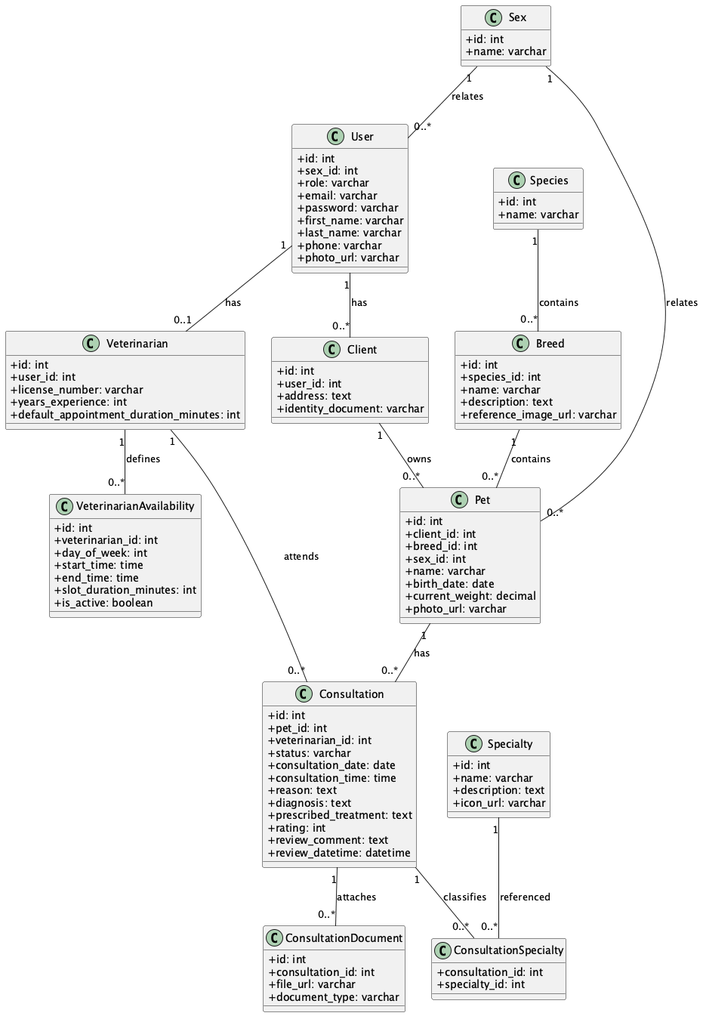
The PlantUML diagram Docs/diagrams/class_diagram.png in W1llpr0/prograMovil, before a commit.
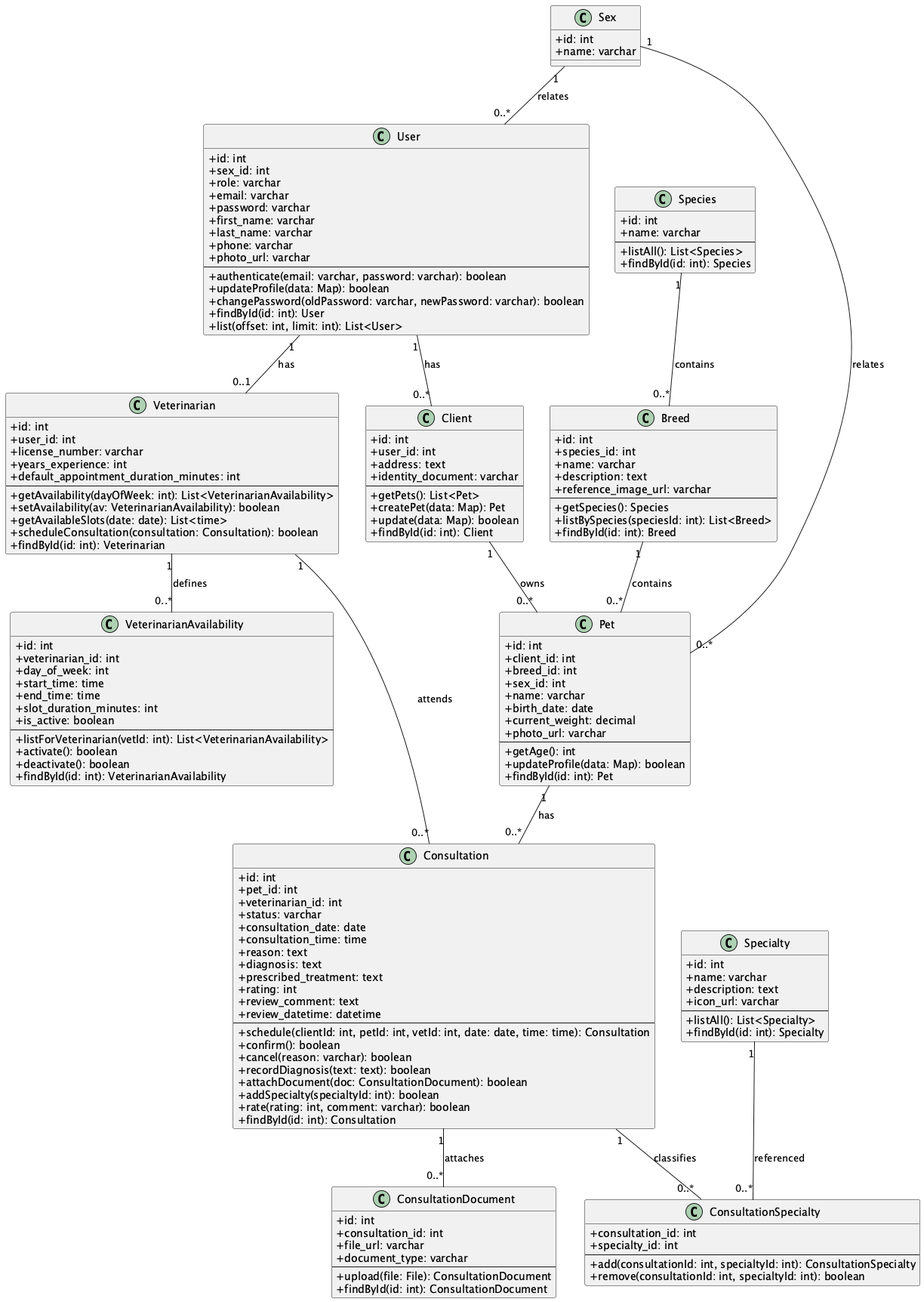
The same diagram one commit later.

Commit message:
Add methods to class diagram

Change to the diagram source:
```diff
@@ -5,6 +5,7 @@
   +id: int
   +name: varchar
 }
+
 
 class User {
   +id: int
@@ -16,6 +17,12 @@
   +last_name: varchar
   +phone: varchar
   +photo_url: varchar
+  --
+  +authenticate(email: varchar, password: varchar): boolean
+  +updateProfile(data: Map): boolean
+  +changePassword(oldPassword: varchar, newPassword: varchar): boolean
+  +findById(id: int): User
+  +list(offset: int, limit: int): List<User>
 }
 
 class Client {
@@ -23,6 +30,11 @@
   +user_id: int
   +address: text
   +identity_document: varchar
+  --
+  +getPets(): List<Pet>
+  +createPet(data: Map): Pet
+  +update(data: Map): boolean
+  +findById(id: int): Client
 }
 
 class Veterinarian {
@@ -31,11 +43,20 @@
   +license_number: varchar
   +years_experience: int
   +default_appointment_duration_minutes: int
+  --
+  +getAvailability(dayOfWeek: int): List<VeterinarianAvailability>
+  +setAvailability(av: VeterinarianAvailability): boolean
+  +getAvailableSlots(date: date): List<time>
+  +scheduleConsultation(consultation: Consultation): boolean
+  +findById(id: int): Veterinarian
 }
 
 class Species {
   +id: int
   +name: varchar
+  --
+  +listAll(): List<Species>
+  +findById(id: int): Species
 }
 
 class Breed {
@@ -44,6 +65,10 @@
   +name: varchar
   +description: text
   +reference_image_url: varchar
+  --
+  +getSpecies(): Species
+  +listBySpecies(speciesId: int): List<Breed>
+  +findById(id: int): Breed
 }
 
 class Pet {
@@ -55,6 +80,10 @@
   +birth_date: date
   +current_weight: decimal
   +photo_url: varchar
+  --
+  +getAge(): int
+  +updateProfile(data: Map): boolean
+  +findById(id: int): Pet
 }
 
 class Specialty {
@@ -62,6 +91,9 @@
   +name: varchar
   +description: text
   +icon_url: varchar
+  --
+  +listAll(): List<Specialty>
+  +findById(id: int): Specialty
 }
 
 class Consultation {
@@ -77,6 +109,15 @@
   +rating: int
   +review_comment: text
   +review_datetime: datetime
+  --
+  +schedule(clientId: int, petId: int, vetId: int, date: date, time: time): Consultation
+  +confirm(): boolean
+  +cancel(reason: varchar): boolean
+  +recordDiagnosis(text: text): boolean
+  +attachDocument(doc: ConsultationDocument): boolean
+  +addSpecialty(specialtyId: int): boolean
+  +rate(rating: int, comment: varchar): boolean
+  +findById(id: int): Consultation
 }
 
 class ConsultationDocument {
@@ -84,11 +125,17 @@
   +consultation_id: int
   +file_url: varchar
   +document_type: varchar
+  --
+  +upload(file: File): ConsultationDocument
+  +findById(id: int): ConsultationDocument
 }
 
 class ConsultationSpecialty {
   +consultation_id: int
   +specialty_id: int
+  --
+  +add(consultationId: int, specialtyId: int): ConsultationSpecialty
+  +remove(consultationId: int, specialtyId: int): boolean
 }
 
 class VeterinarianAvailability {
@@ -99,6 +146,11 @@
   +end_time: time
   +slot_duration_minutes: int
   +is_active: boolean
+  --
+  +listForVeterinarian(vetId: int): List<VeterinarianAvailability>
+  +activate(): boolean
+  +deactivate(): boolean
+  +findById(id: int): VeterinarianAvailability
 }
 
 User "1" -- "0..*" Client : has
```
